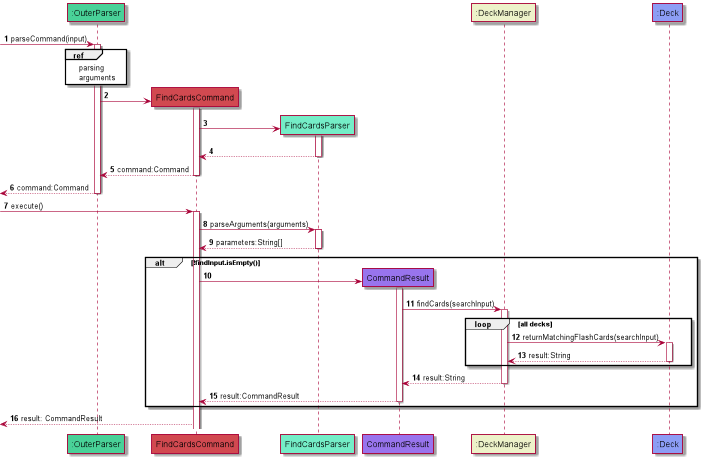
Before: docs/assets/findFlashcardDiagram.png, a diagram exported from PlantUML (xkisxk/tp). Source of this version:
```plantuml
@startuml
!define LOGIC_COLOR #3333C4
!define FIND_COLOR_T1 #f5b26b
!define FIND_COLOR_T2 #63c8e4
!define FIND_COLOR_T3 #49d198
!define FIND_COLOR_T4 #d14950
!define FIND_COLOR_T5 #74edc7
!define FIND_COLOR_T6 #9874ed
!define FIND_COLOR_T7 #edf2c9
!define FIND_COLOR_T8 #8c9df5
participant ":OuterParser" as Parser FIND_COLOR_T3
participant "FindCardsCommand" as FindCardsCommand  FIND_COLOR_T4
participant "FindCardsParser" as FindCardsParser FIND_COLOR_T5
participant "CommandResult" as CommandResult FIND_COLOR_T6
participant ":DeckManager" as Dm FIND_COLOR_T7
participant ":Deck" as deck FIND_COLOR_T8
autonumber




        [-> Parser: parseCommand(input)
            activate Parser
            ref over Parser
            parsing
            arguments
            end ref
             create FindCardsCommand
                    Parser -> FindCardsCommand

                    activate FindCardsCommand
                    create FindCardsParser
                    FindCardsCommand->FindCardsParser
                            activate FindCardsParser
                            FindCardsParser --> FindCardsCommand
                            deactivate FindCardsParser
                            Parser <--FindCardsCommand : command:Command
                            deactivate FindCardsCommand
                                    [<--Parser : command:Command
                                    deactivate Parser
        [-> FindCardsCommand: execute()
        activate FindCardsCommand
        FindCardsCommand->FindCardsParser: parseArguments(arguments)
        activate FindCardsParser
        FindCardsParser-->FindCardsCommand: parameters:String[]
        deactivate FindCardsParser

        alt !findInput.isEmpty()
            create CommandResult
            FindCardsCommand -> CommandResult
            activate CommandResult
            CommandResult -> Dm: findCards(searchInput)
            activate Dm
            loop all decks
                Dm -> deck: returnMatchingFlashCards(searchInput)
                activate deck
                deck --> Dm: result:String
                deactivate deck
            end
            Dm --> CommandResult: result:String
            deactivate Dm
            CommandResult --> FindCardsCommand: result:CommandResult
            deactivate CommandResult
        end
        [<--FindCardsCommand: result: CommandResult
@enduml
```
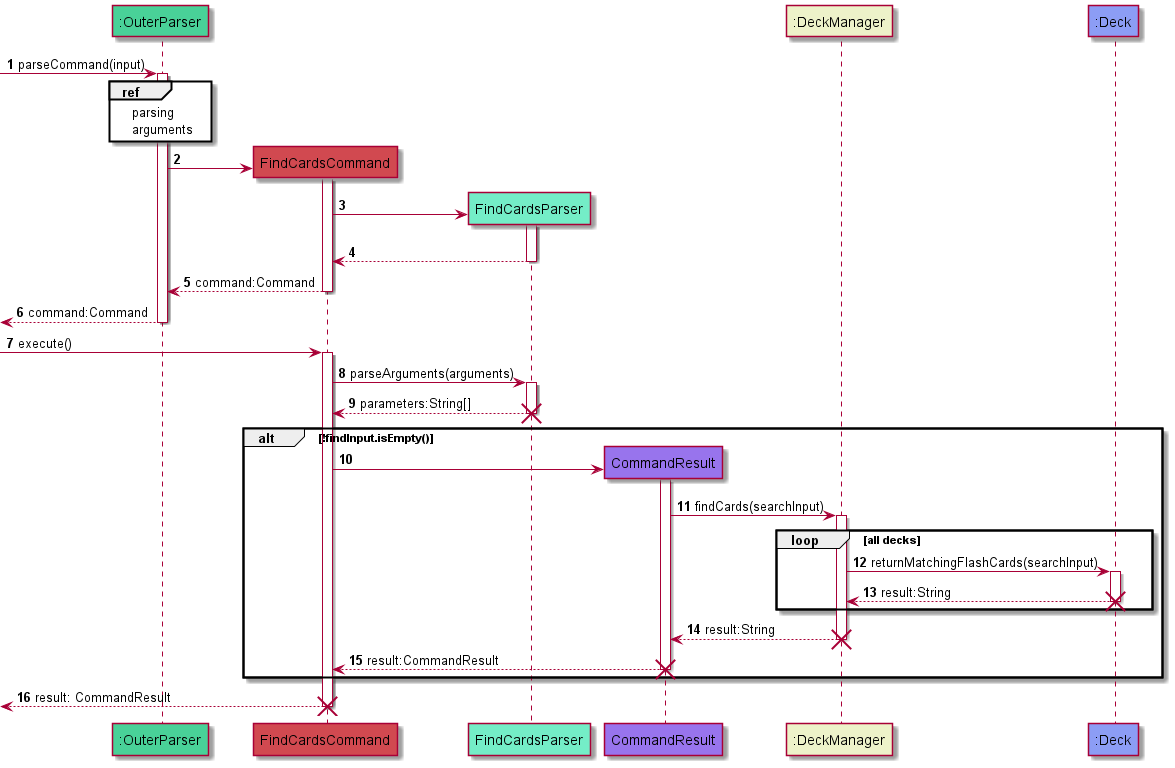
After the commit.

Diff of the diagram source:
```diff
@@ -44,6 +44,7 @@
         activate FindCardsParser
         FindCardsParser-->FindCardsCommand: parameters:String[]
         deactivate FindCardsParser
+        destroy FindCardsParser
 
         alt !findInput.isEmpty()
             create CommandResult
@@ -56,11 +57,16 @@
                 activate deck
                 deck --> Dm: result:String
                 deactivate deck
+                destroy deck
             end
             Dm --> CommandResult: result:String
             deactivate Dm
+            destroy Dm
             CommandResult --> FindCardsCommand: result:CommandResult
             deactivate CommandResult
+            destroy CommandResult
         end
         [<--FindCardsCommand: result: CommandResult
+        deactivate FindCardsCommand
+        destroy FindCardsCommand
 @enduml
```
